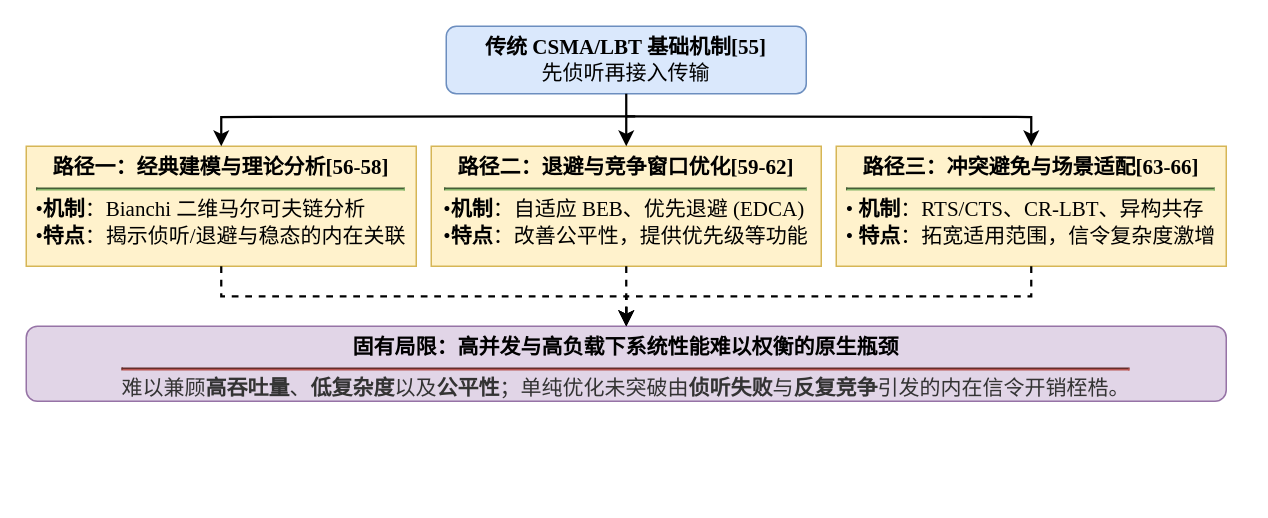
Aworrier/zzzwl-big_paper keeps this draw.io diagram as page "CSMA/LBT类随机接入协议研究技术脉络" (6 of 14) of drawio流程框图.drawio. Above is the earlier version. Source tidied: cells renumbered, new cells numbered last; positions are measured from the earlier drawing's top-left corner, leaving out a move shared by most shapes. Both pictures are drawn from the tidied source at 150%, with x=0, y=0 at pixel (26, 26).
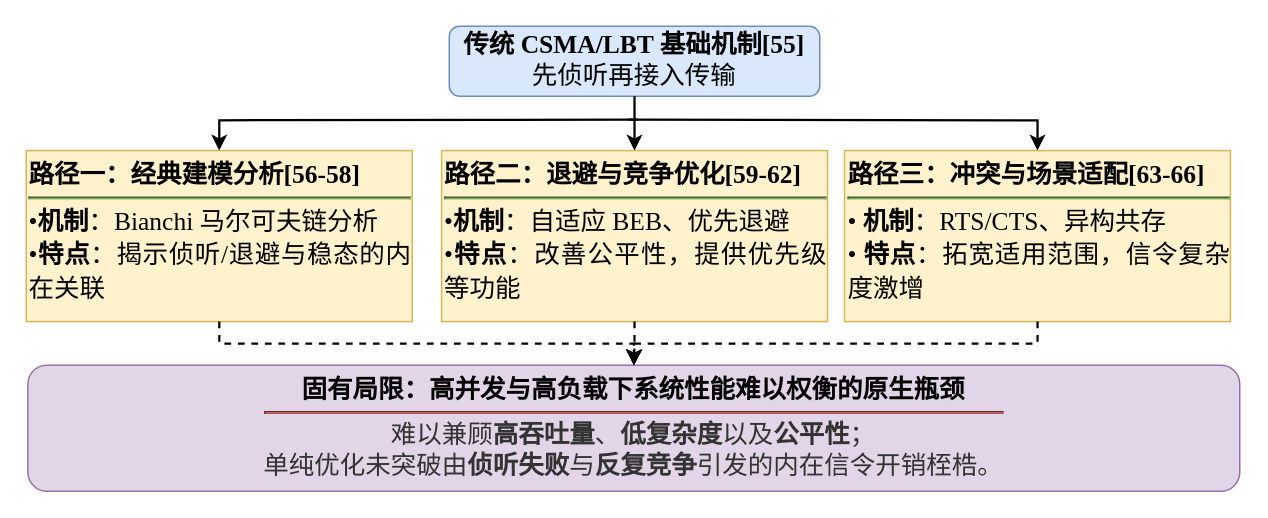
The same diagram, later.

Diff of the diagram source:
```diff
@@
 <mxGraphModel>
   <root>
     <mxCell id="0" />
     <mxCell id="1" parent="0" />
-    <mxCell id="2" style="group;" parent="1" vertex="1">
-      <mxGeometry width="800" height="250" as="geometry" />
-    </mxCell>
+    <mxCell id="14" style="group;" parent="1" vertex="1">
+      <mxGeometry width="810" height="310" as="geometry" />
+    </mxCell>
-    <mxCell id="3" value="&lt;b&gt;传统 CSMA/LBT 基础机制[55]&lt;/b&gt;&lt;br&gt;先侦听再接入传输" style="rounded=1;whiteSpace=wrap;html=1;align=center;fontFamily=Times New Roman, SimSun;labelBackgroundColor=none;fontSize=14;fillColor=#dae8fc;strokeColor=#6c8ebf;" parent="2" vertex="1">
-      <mxGeometry x="280" width="240" height="45" as="geometry" />
+    <mxCell id="3" value="&lt;b&gt;传统 CSMA/LBT 基础机制[55]&lt;/b&gt;&lt;br&gt;先侦听再接入传输" style="rounded=1;whiteSpace=wrap;html=1;align=center;fontFamily=Times New Roman, SimSun;labelBackgroundColor=none;fontSize=17;fillColor=#dae8fc;strokeColor=#6c8ebf;" parent="14" vertex="1">
+      <mxGeometry x="282" width="247" height="46.7" as="geometry" />
     </mxCell>
-    <mxCell id="4" value="&lt;b&gt;路径一：经典建模与理论分析[56-58]&lt;/b&gt;&lt;hr style=&quot;border-color: rgb(130, 179, 102); margin: 4px 0px;&quot;&gt;&lt;div style=&quot;text-align: left; line-height: 1.3;&quot;&gt;•&lt;b style=&quot;background-color: transparent; color: light-dark(rgb(0, 0, 0), rgb(255, 255, 255));&quot;&gt;机制&lt;/b&gt;&lt;span style=&quot;background-color: transparent; color: light-dark(rgb(0, 0, 0), rgb(255, 255, 255));&quot;&gt;：Bianchi 二维马尔可夫链分析&lt;/span&gt;&lt;/div&gt;&lt;div style=&quot;text-align: left; line-height: 1.3;&quot;&gt;•&lt;b style=&quot;background-color: transparent; color: light-dark(rgb(0, 0, 0), rgb(255, 255, 255));&quot;&gt;特点&lt;/b&gt;&lt;span style=&quot;background-color: transparent; color: light-dark(rgb(0, 0, 0), rgb(255, 255, 255));&quot;&gt;：揭示侦听/退避与稳态的内在关联&lt;/span&gt;&lt;/div&gt;" style="rounded=0;whiteSpace=wrap;html=1;align=center;verticalAlign=top;paddingTop=6;paddingLeft=8;paddingRight=8;fontFamily=Times New Roman, SimSun;labelBackgroundColor=none;fontSize=14;fillColor=#fff2cc;strokeColor=#d6b656;" parent="2" vertex="1">
-      <mxGeometry y="80" width="260" height="80" as="geometry" />
+    <mxCell id="4" value="&lt;div style=&quot;text-align: justify;&quot;&gt;&lt;b style=&quot;background-color: transparent; color: light-dark(rgb(0, 0, 0), rgb(255, 255, 255));&quot;&gt;路径一：经典建模分析[56-58]&lt;/b&gt;&lt;/div&gt;&lt;hr style=&quot;text-align: justify; border-color: rgb(130, 179, 102); margin: 4px 0px;&quot;&gt;&lt;div style=&quot;text-align: justify; line-height: 1.3;&quot;&gt;•&lt;b style=&quot;background-color: transparent; color: light-dark(rgb(0, 0, 0), rgb(255, 255, 255));&quot;&gt;机制&lt;/b&gt;&lt;span style=&quot;background-color: transparent; color: light-dark(rgb(0, 0, 0), rgb(255, 255, 255));&quot;&gt;：Bianchi 马尔可夫链分析&lt;/span&gt;&lt;/div&gt;&lt;div style=&quot;text-align: justify; line-height: 1.3;&quot;&gt;•&lt;b style=&quot;background-color: transparent; color: light-dark(rgb(0, 0, 0), rgb(255, 255, 255));&quot;&gt;特点&lt;/b&gt;&lt;span style=&quot;background-color: transparent; color: light-dark(rgb(0, 0, 0), rgb(255, 255, 255));&quot;&gt;：揭示侦听/退避与稳态的内在关联&lt;/span&gt;&lt;/div&gt;" style="rounded=0;whiteSpace=wrap;html=1;align=left;verticalAlign=top;paddingTop=6;paddingLeft=8;paddingRight=8;fontFamily=Times New Roman, SimSun;labelBackgroundColor=none;fontSize=17;fillColor=#fff2cc;strokeColor=#d6b656;" parent="14" vertex="1">
+      <mxGeometry y="82.9" width="257.3" height="114" as="geometry" />
     </mxCell>
-    <mxCell id="5" value="&lt;b&gt;路径二：&lt;/b&gt;&lt;b&gt;退避与竞争窗口优化[59-62]&lt;/b&gt;&lt;hr style=&quot;border-color: rgb(130, 179, 102); margin: 4px 0px;&quot;&gt;&lt;div style=&quot;text-align: left; line-height: 1.3;&quot;&gt;•&lt;b&gt;机制&lt;/b&gt;：自适应 BEB、优先退避 (EDCA)&lt;br&gt;•&lt;b&gt;特点&lt;/b&gt;：改善公平性，提供优先级等功能&lt;/div&gt;" style="rounded=0;whiteSpace=wrap;html=1;align=center;verticalAlign=top;paddingTop=6;paddingLeft=8;paddingRight=8;fontFamily=Times New Roman, SimSun;labelBackgroundColor=none;fontSize=14;fillColor=#fff2cc;strokeColor=#d6b656;" parent="2" vertex="1">
-      <mxGeometry x="270" y="80" width="260" height="80" as="geometry" />
+    <mxCell id="5" value="&lt;div style=&quot;text-align: justify;&quot;&gt;&lt;b style=&quot;background-color: transparent; color: light-dark(rgb(0, 0, 0), rgb(255, 255, 255));&quot;&gt;路径二：&lt;/b&gt;&lt;b style=&quot;background-color: transparent; color: light-dark(rgb(0, 0, 0), rgb(255, 255, 255));&quot;&gt;退避与竞争优化[59-62]&lt;/b&gt;&lt;/div&gt;&lt;hr style=&quot;text-align: justify; border-color: rgb(130, 179, 102); margin: 4px 0px;&quot;&gt;&lt;div style=&quot;line-height: 1.3;&quot;&gt;&lt;div style=&quot;text-align: justify;&quot;&gt;&lt;span style=&quot;background-color: transparent; color: light-dark(rgb(0, 0, 0), rgb(255, 255, 255));&quot;&gt;•&lt;/span&gt;&lt;b style=&quot;background-color: transparent; color: light-dark(rgb(0, 0, 0), rgb(255, 255, 255));&quot;&gt;机制&lt;/b&gt;&lt;span style=&quot;background-color: transparent; color: light-dark(rgb(0, 0, 0), rgb(255, 255, 255));&quot;&gt;：自适应 BEB、优先退避&amp;nbsp;&lt;/span&gt;&lt;/div&gt;&lt;div style=&quot;text-align: justify;&quot;&gt;&lt;span style=&quot;background-color: transparent; color: light-dark(rgb(0, 0, 0), rgb(255, 255, 255));&quot;&gt;•&lt;/span&gt;&lt;b style=&quot;background-color: transparent; color: light-dark(rgb(0, 0, 0), rgb(255, 255, 255));&quot;&gt;特点&lt;/b&gt;&lt;span style=&quot;background-color: transparent; color: light-dark(rgb(0, 0, 0), rgb(255, 255, 255));&quot;&gt;：改善公平性，提供优先级等功能&lt;/span&gt;&lt;/div&gt;&lt;/div&gt;" style="rounded=0;whiteSpace=wrap;html=1;align=left;verticalAlign=top;paddingTop=6;paddingLeft=8;paddingRight=8;fontFamily=Times New Roman, SimSun;labelBackgroundColor=none;fontSize=17;fillColor=#fff2cc;strokeColor=#d6b656;" parent="14" vertex="1">
+      <mxGeometry x="276.9" y="82.9" width="257.3" height="114" as="geometry" />
     </mxCell>
-    <mxCell id="6" value="&lt;b&gt;路径三：&lt;/b&gt;&lt;b&gt;冲突避免与场景适配[63-66]&lt;/b&gt;&lt;hr style=&quot;border-color: rgb(130, 179, 102); margin: 4px 0px;&quot;&gt;&lt;div style=&quot;text-align: left; line-height: 1.3;&quot;&gt;•&amp;nbsp;&lt;b style=&quot;background-color: transparent; color: light-dark(rgb(0, 0, 0), rgb(255, 255, 255));&quot;&gt;机制&lt;/b&gt;&lt;span style=&quot;background-color: transparent; color: light-dark(rgb(0, 0, 0), rgb(255, 255, 255));&quot;&gt;：RTS/CTS、CR-LBT、异构共存&lt;/span&gt;&lt;/div&gt;&lt;div style=&quot;text-align: left; line-height: 1.3;&quot;&gt;•&amp;nbsp;&lt;b style=&quot;background-color: transparent; color: light-dark(rgb(0, 0, 0), rgb(255, 255, 255));&quot;&gt;特点&lt;/b&gt;&lt;span style=&quot;background-color: transparent; color: light-dark(rgb(0, 0, 0), rgb(255, 255, 255));&quot;&gt;：拓宽适用范围，信令复杂度激增&lt;/span&gt;&lt;/div&gt;" style="rounded=0;whiteSpace=wrap;html=1;align=center;verticalAlign=top;paddingTop=6;paddingLeft=8;paddingRight=8;fontFamily=Times New Roman, SimSun;labelBackgroundColor=none;fontSize=14;fillColor=#fff2cc;strokeColor=#d6b656;" parent="2" vertex="1">
-      <mxGeometry x="540" y="80" width="260" height="80" as="geometry" />
+    <mxCell id="6" value="&lt;b&gt;路径三：&lt;/b&gt;&lt;b&gt;冲突与场景适配[63-66]&lt;/b&gt;&lt;hr style=&quot;border-color: rgb(130, 179, 102); margin: 4px 0px;&quot;&gt;&lt;div style=&quot;text-align: justify; line-height: 1.3;&quot;&gt;•&amp;nbsp;&lt;b style=&quot;background-color: transparent; color: light-dark(rgb(0, 0, 0), rgb(255, 255, 255));&quot;&gt;机制&lt;/b&gt;&lt;span style=&quot;background-color: transparent; color: light-dark(rgb(0, 0, 0), rgb(255, 255, 255));&quot;&gt;：RTS/CTS、异构共存&lt;/span&gt;&lt;/div&gt;&lt;div style=&quot;text-align: justify; line-height: 1.3;&quot;&gt;•&amp;nbsp;&lt;b style=&quot;background-color: transparent; color: light-dark(rgb(0, 0, 0), rgb(255, 255, 255));&quot;&gt;特点&lt;/b&gt;&lt;span style=&quot;background-color: transparent; color: light-dark(rgb(0, 0, 0), rgb(255, 255, 255));&quot;&gt;：拓宽适用范围，信令复杂度激增&lt;/span&gt;&lt;/div&gt;" style="rounded=0;whiteSpace=wrap;html=1;align=left;verticalAlign=top;paddingTop=6;paddingLeft=8;paddingRight=8;fontFamily=Times New Roman, SimSun;labelBackgroundColor=none;fontSize=17;fillColor=#fff2cc;strokeColor=#d6b656;" parent="14" vertex="1">
+      <mxGeometry x="545.5" y="82.9" width="257.3" height="114" as="geometry" />
     </mxCell>
-    <mxCell id="7" value="&lt;b&gt;&lt;font&gt;固有局限：高并发与高负载下系统性能难以权衡的原生瓶颈&lt;/font&gt;&lt;/b&gt;&lt;hr style=&quot;border-color: rgb(184, 84, 80); margin: 4px 0px;&quot;&gt;&lt;div style=&quot;color: rgb(51, 51, 51);&quot;&gt;难以兼顾&lt;b&gt;高吞吐量&lt;/b&gt;、&lt;b&gt;低复杂度&lt;/b&gt;以及&lt;b&gt;公平性&lt;/b&gt;；单纯优化未突破由&lt;b&gt;侦听失败&lt;/b&gt;与&lt;b&gt;反复竞争&lt;/b&gt;引发的内在信令开销桎梏。&lt;/div&gt;" style="rounded=1;whiteSpace=wrap;html=1;align=center;verticalAlign=top;paddingTop=6;fontFamily=Times New Roman, SimSun;labelBackgroundColor=none;fontSize=14;fillColor=#e1d5e7;strokeColor=#9673a6;" parent="2" vertex="1">
-      <mxGeometry y="200" width="800" height="50" as="geometry" />
+    <mxCell id="7" value="&lt;b&gt;&lt;font&gt;固有局限：高并发与高负载下系统性能难以权衡的原生瓶颈&lt;/font&gt;&lt;/b&gt;&lt;hr style=&quot;border-color: rgb(184, 84, 80); margin: 4px 0px;&quot;&gt;&lt;div style=&quot;color: rgb(51, 51, 51);&quot;&gt;难以兼顾&lt;b&gt;高吞吐量&lt;/b&gt;、&lt;b&gt;低复杂度&lt;/b&gt;以及&lt;b&gt;公平性&lt;/b&gt;；&lt;/div&gt;&lt;div style=&quot;color: rgb(51, 51, 51);&quot;&gt;单纯优化未突破由&lt;b&gt;侦听失败&lt;/b&gt;与&lt;b&gt;反复竞争&lt;/b&gt;引发的内在信令开销桎梏。&lt;/div&gt;" style="rounded=1;whiteSpace=wrap;html=1;align=center;verticalAlign=top;paddingTop=6;fontFamily=Times New Roman, SimSun;labelBackgroundColor=none;fontSize=17;fillColor=#e1d5e7;strokeColor=#9673a6;" parent="14" vertex="1">
+      <mxGeometry x="1.1" y="226" width="807.9" height="84" as="geometry" />
     </mxCell>
-    <mxCell id="8" style="edgeStyle=orthogonalEdgeStyle;rounded=0;strokeWidth=1.5;labelBackgroundColor=none;fontColor=default;fontSize=14;entryX=0.5;entryY=0;entryDx=0;entryDy=0;" parent="2" edge="1" target="4">
+    <mxCell id="8" style="edgeStyle=orthogonalEdgeStyle;rounded=0;strokeWidth=1.5;labelBackgroundColor=none;fontColor=default;fontSize=17;entryX=0.5;entryY=0;entryDx=0;entryDy=0;" parent="14" edge="1" target="4">
       <mxGeometry relative="1" as="geometry">
-        <mxPoint x="406" y="60" as="sourcePoint" />
+        <mxPoint x="407.6" y="62.2" as="sourcePoint" />
       </mxGeometry>
     </mxCell>
-    <mxCell id="9" style="edgeStyle=orthogonalEdgeStyle;rounded=0;strokeWidth=1.5;labelBackgroundColor=none;fontColor=default;fontSize=14;" parent="2" edge="1" source="3" target="5">
+    <mxCell id="9" style="edgeStyle=orthogonalEdgeStyle;rounded=0;strokeWidth=1.5;labelBackgroundColor=none;fontColor=default;fontSize=17;" parent="14" edge="1" source="3" target="5">
       <mxGeometry relative="1" as="geometry" />
     </mxCell>
-    <mxCell id="10" style="edgeStyle=orthogonalEdgeStyle;rounded=0;strokeWidth=1.5;labelBackgroundColor=none;fontColor=default;fontSize=14;entryX=0.5;entryY=0;entryDx=0;entryDy=0;" parent="2" edge="1" target="6">
+    <mxCell id="10" style="edgeStyle=orthogonalEdgeStyle;rounded=0;strokeWidth=1.5;labelBackgroundColor=none;fontColor=default;fontSize=17;entryX=0.5;entryY=0;entryDx=0;entryDy=0;" parent="14" edge="1" target="6">
       <mxGeometry relative="1" as="geometry">
-        <mxPoint x="400" y="60" as="sourcePoint" />
+        <mxPoint x="401.4" y="62.2" as="sourcePoint" />
       </mxGeometry>
     </mxCell>
-    <mxCell id="11" style="edgeStyle=orthogonalEdgeStyle;rounded=0;strokeWidth=1.5;dashed=1;labelBackgroundColor=none;fontColor=default;fontSize=14;" parent="2" edge="1" source="4" target="7">
+    <mxCell id="11" style="edgeStyle=orthogonalEdgeStyle;rounded=0;strokeWidth=1.5;dashed=1;labelBackgroundColor=none;fontColor=default;fontSize=17;" parent="14" edge="1" source="4" target="7">
       <mxGeometry relative="1" as="geometry" />
     </mxCell>
-    <mxCell id="12" style="edgeStyle=orthogonalEdgeStyle;rounded=0;strokeWidth=1.5;dashed=1;labelBackgroundColor=none;fontColor=default;fontSize=14;" parent="2" edge="1" source="5" target="7">
+    <mxCell id="12" style="edgeStyle=orthogonalEdgeStyle;rounded=0;strokeWidth=1.5;dashed=1;labelBackgroundColor=none;fontColor=default;fontSize=17;" parent="14" edge="1" source="5" target="7">
       <mxGeometry relative="1" as="geometry" />
     </mxCell>
-    <mxCell id="13" style="edgeStyle=orthogonalEdgeStyle;rounded=0;strokeWidth=1.5;dashed=1;labelBackgroundColor=none;fontColor=default;fontSize=14;" parent="2" edge="1" source="6" target="7">
+    <mxCell id="13" style="edgeStyle=orthogonalEdgeStyle;rounded=0;strokeWidth=1.5;dashed=1;labelBackgroundColor=none;fontColor=default;fontSize=17;" parent="14" edge="1" source="6" target="7">
       <mxGeometry relative="1" as="geometry" />
     </mxCell>
   </root>
 </mxGraphModel>
```
